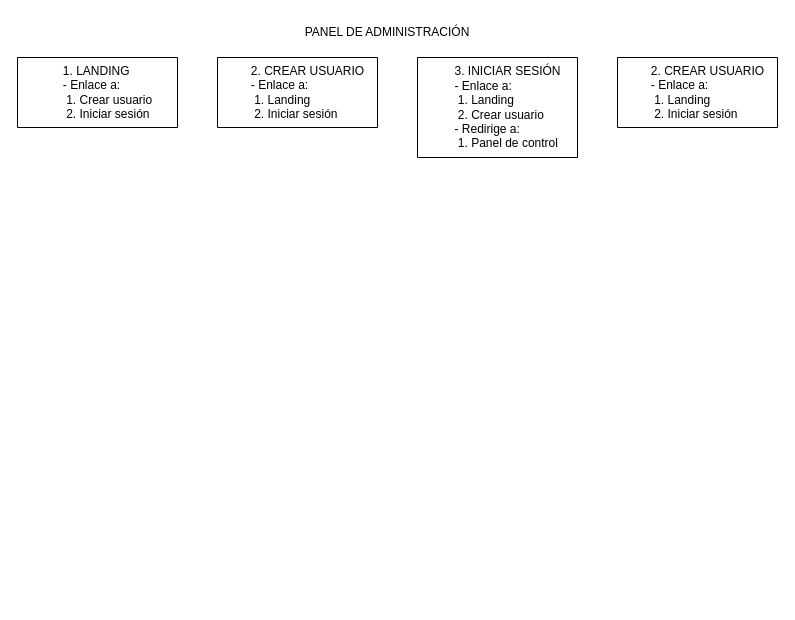
This is page "Panel Admin" (1 of 3) of public/Diagrama sin título.drawio from Violetea/tienda-online-reactjs, a draw.io file, before an edit. Source tidied: cells renumbered, new cells numbered last; positions are measured from the earlier drawing's top-left corner, leaving out a move shared by most shapes. Both pictures are drawn from the tidied source at 100%, with x=0, y=0 at pixel (17, 17).
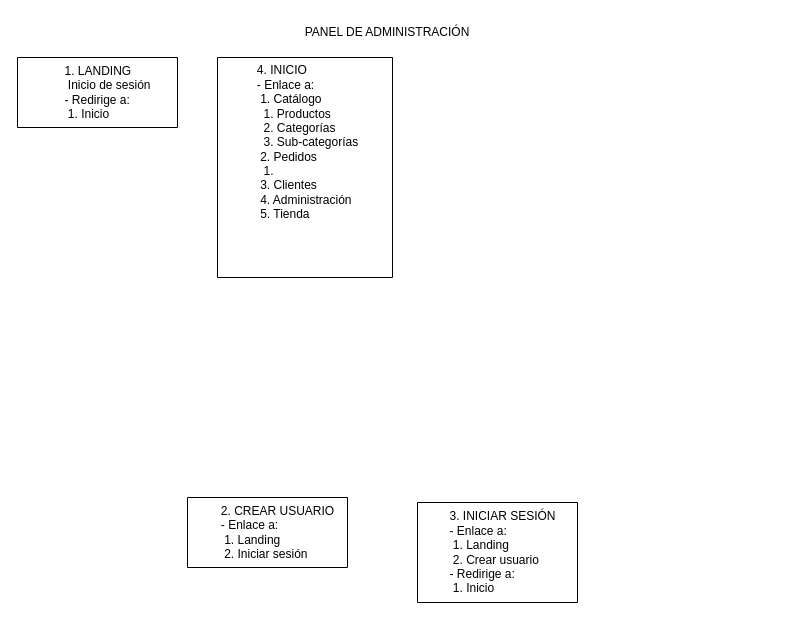
Above is the later version.

Diff of the diagram source:
```diff
@@
 <mxGraphModel>
   <root>
     <mxCell id="0" />
     <mxCell id="1" parent="0" />
     <mxCell id="2" style="swimlane;startSize=0;" parent="1" vertex="1">
       <mxGeometry y="40" width="160" height="70" as="geometry" />
     </mxCell>
-    <mxCell id="3" value="&lt;div style=&quot;text-align: left;&quot;&gt;&lt;span style=&quot;background-color: initial;&quot;&gt;1. LANDING&lt;/span&gt;&lt;/div&gt;&lt;div style=&quot;text-align: left;&quot;&gt;&lt;span style=&quot;background-color: initial;&quot;&gt;- Enlace a:&lt;/span&gt;&lt;/div&gt;&lt;span style=&quot;white-space: pre;&quot;&gt;&lt;div style=&quot;text-align: left;&quot;&gt;&lt;span style=&quot;background-color: initial; white-space: nowrap;&quot;&gt;&lt;span style=&quot;white-space: pre;&quot;&gt; &lt;/span&gt;1. Crear usuario&lt;/span&gt;&lt;/div&gt;&lt;/span&gt;&lt;span style=&quot;white-space: pre;&quot;&gt;&lt;div style=&quot;text-align: left;&quot;&gt;&lt;span style=&quot;background-color: initial;&quot;&gt; &lt;/span&gt;&lt;span style=&quot;background-color: initial; white-space: nowrap;&quot;&gt;2. Iniciar sesión&lt;/span&gt;&lt;/div&gt;&lt;/span&gt;" style="text;html=1;align=center;verticalAlign=middle;strokeColor=none;fillColor=none;" parent="2" vertex="1">
-      <mxGeometry x="20" width="140" height="70" as="geometry" />
+    <mxCell id="3" value="&lt;div style=&quot;text-align: left;&quot;&gt;&lt;span style=&quot;background-color: initial;&quot;&gt;1. LANDING&lt;/span&gt;&lt;/div&gt;&lt;div style=&quot;text-align: left;&quot;&gt;&lt;span style=&quot;background-color: initial;&quot;&gt;&lt;span style=&quot;white-space: pre;&quot;&gt; &lt;/span&gt;Inicio de sesión&lt;br&gt;&lt;/span&gt;&lt;/div&gt;&lt;div style=&quot;text-align: left;&quot;&gt;&lt;span style=&quot;background-color: initial;&quot;&gt;- Redirige a:&lt;/span&gt;&lt;/div&gt;&lt;span style=&quot;white-space: pre;&quot;&gt;&lt;div style=&quot;text-align: left;&quot;&gt;&lt;span style=&quot;background-color: initial; white-space: nowrap;&quot;&gt;&lt;span style=&quot;white-space: pre;&quot;&gt; &lt;/span&gt;1.&amp;nbsp;&lt;/span&gt;&lt;span style=&quot;background-color: initial; white-space: nowrap;&quot;&gt;Inicio&lt;/span&gt;&lt;/div&gt;&lt;/span&gt;" style="text;html=1;align=center;verticalAlign=middle;strokeColor=none;fillColor=none;" parent="2" vertex="1">
+      <mxGeometry x="25" width="130" height="70" as="geometry" />
     </mxCell>
     <mxCell id="4" value="PANEL DE ADMINISTRACIÓN" style="text;html=1;strokeColor=none;fillColor=none;align=center;verticalAlign=middle;whiteSpace=wrap;rounded=0;" parent="1" vertex="1">
       <mxGeometry x="260" width="220" height="30" as="geometry" />
     </mxCell>
     <mxCell id="5" style="swimlane;startSize=0;" parent="1" vertex="1">
-      <mxGeometry x="200" y="40" width="160" height="70" as="geometry" />
+      <mxGeometry x="170" y="480" width="160" height="70" as="geometry" />
     </mxCell>
     <mxCell id="6" value="&lt;div style=&quot;text-align: left;&quot;&gt;&lt;span style=&quot;background-color: initial;&quot;&gt;2. CREAR USUARIO&lt;/span&gt;&lt;/div&gt;&lt;div style=&quot;text-align: left;&quot;&gt;&lt;span style=&quot;background-color: initial;&quot;&gt;- Enlace a:&lt;/span&gt;&lt;/div&gt;&lt;span style=&quot;white-space: pre;&quot;&gt;&lt;div style=&quot;text-align: left;&quot;&gt;&lt;span style=&quot;background-color: initial; white-space: nowrap;&quot;&gt;&lt;span style=&quot;white-space: pre;&quot;&gt; &lt;/span&gt;1. Landing&lt;/span&gt;&lt;/div&gt;&lt;/span&gt;&lt;span style=&quot;white-space: pre;&quot;&gt;&lt;div style=&quot;text-align: left;&quot;&gt;&lt;span style=&quot;background-color: initial;&quot;&gt; &lt;/span&gt;&lt;span style=&quot;background-color: initial; white-space: nowrap;&quot;&gt;2. Iniciar sesión&lt;/span&gt;&lt;/div&gt;&lt;/span&gt;" style="text;html=1;align=center;verticalAlign=middle;strokeColor=none;fillColor=none;" parent="5" vertex="1">
       <mxGeometry x="20" width="140" height="70" as="geometry" />
     </mxCell>
     <mxCell id="7" style="swimlane;startSize=0;" parent="1" vertex="1">
-      <mxGeometry x="400" y="40" width="160" height="100" as="geometry" />
+      <mxGeometry x="400" y="485" width="160" height="100" as="geometry" />
     </mxCell>
-    <mxCell id="8" value="&lt;div style=&quot;text-align: left;&quot;&gt;&lt;span style=&quot;background-color: initial;&quot;&gt;3. INICIAR SESIÓN&lt;/span&gt;&lt;/div&gt;&lt;div style=&quot;text-align: left;&quot;&gt;&lt;span style=&quot;background-color: initial;&quot;&gt;- Enlace a:&lt;/span&gt;&lt;/div&gt;&lt;span style=&quot;white-space: pre;&quot;&gt;&lt;div style=&quot;text-align: left;&quot;&gt;&lt;span style=&quot;background-color: initial; white-space: nowrap;&quot;&gt;&lt;span style=&quot;white-space: pre;&quot;&gt; &lt;/span&gt;1. Landing&lt;/span&gt;&lt;/div&gt;&lt;/span&gt;&lt;span style=&quot;white-space: pre;&quot;&gt;&lt;div style=&quot;text-align: left;&quot;&gt;&lt;span style=&quot;background-color: initial;&quot;&gt; &lt;/span&gt;&lt;span style=&quot;background-color: initial; white-space: nowrap;&quot;&gt;2. Crear usuario&lt;/span&gt;&lt;/div&gt;&lt;div style=&quot;text-align: left;&quot;&gt;&lt;span style=&quot;background-color: initial; white-space: nowrap;&quot;&gt;- Redirige a:&lt;/span&gt;&lt;/div&gt;&lt;div style=&quot;text-align: left;&quot;&gt;&lt;span style=&quot;background-color: initial; white-space: nowrap;&quot;&gt;&lt;span style=&quot;white-space: pre;&quot;&gt; &lt;/span&gt;1. Panel de control&lt;br&gt;&lt;/span&gt;&lt;/div&gt;&lt;/span&gt;" style="text;html=1;align=center;verticalAlign=middle;strokeColor=none;fillColor=none;" parent="7" vertex="1">
-      <mxGeometry x="15" width="150" height="100" as="geometry" />
+    <mxCell id="8" value="&lt;div style=&quot;text-align: left;&quot;&gt;&lt;span style=&quot;background-color: initial;&quot;&gt;3. INICIAR SESIÓN&lt;/span&gt;&lt;/div&gt;&lt;div style=&quot;text-align: left;&quot;&gt;&lt;span style=&quot;background-color: initial;&quot;&gt;- Enlace a:&lt;/span&gt;&lt;/div&gt;&lt;span style=&quot;white-space: pre;&quot;&gt;&lt;div style=&quot;text-align: left;&quot;&gt;&lt;span style=&quot;background-color: initial; white-space: nowrap;&quot;&gt;&lt;span style=&quot;white-space: pre;&quot;&gt; &lt;/span&gt;1. Landing&lt;/span&gt;&lt;/div&gt;&lt;/span&gt;&lt;span style=&quot;white-space: pre;&quot;&gt;&lt;div style=&quot;text-align: left;&quot;&gt;&lt;span style=&quot;background-color: initial;&quot;&gt; &lt;/span&gt;&lt;span style=&quot;background-color: initial; white-space: nowrap;&quot;&gt;2. Crear usuario&lt;/span&gt;&lt;/div&gt;&lt;div style=&quot;text-align: left;&quot;&gt;&lt;span style=&quot;background-color: initial; white-space: nowrap;&quot;&gt;- Redirige a:&lt;/span&gt;&lt;/div&gt;&lt;div style=&quot;text-align: left;&quot;&gt;&lt;span style=&quot;background-color: initial; white-space: nowrap;&quot;&gt;&lt;span style=&quot;white-space: pre;&quot;&gt; &lt;/span&gt;1. Inicio&lt;br&gt;&lt;/span&gt;&lt;/div&gt;&lt;/span&gt;" style="text;html=1;align=center;verticalAlign=middle;strokeColor=none;fillColor=none;" parent="7" vertex="1">
+      <mxGeometry x="15" width="140" height="100" as="geometry" />
     </mxCell>
     <mxCell id="9" style="swimlane;startSize=0;" parent="1" vertex="1">
-      <mxGeometry x="600" y="40" width="160" height="70" as="geometry" />
+      <mxGeometry x="200" y="40" width="175" height="220" as="geometry" />
     </mxCell>
-    <mxCell id="10" value="&lt;div style=&quot;text-align: left;&quot;&gt;&lt;span style=&quot;background-color: initial;&quot;&gt;2. CREAR USUARIO&lt;/span&gt;&lt;/div&gt;&lt;div style=&quot;text-align: left;&quot;&gt;&lt;span style=&quot;background-color: initial;&quot;&gt;- Enlace a:&lt;/span&gt;&lt;/div&gt;&lt;span style=&quot;white-space: pre;&quot;&gt;&lt;div style=&quot;text-align: left;&quot;&gt;&lt;span style=&quot;background-color: initial; white-space: nowrap;&quot;&gt;&lt;span style=&quot;white-space: pre;&quot;&gt; &lt;/span&gt;1. Landing&lt;/span&gt;&lt;/div&gt;&lt;/span&gt;&lt;span style=&quot;white-space: pre;&quot;&gt;&lt;div style=&quot;text-align: left;&quot;&gt;&lt;span style=&quot;background-color: initial;&quot;&gt; &lt;/span&gt;&lt;span style=&quot;background-color: initial; white-space: nowrap;&quot;&gt;2. Iniciar sesión&lt;/span&gt;&lt;/div&gt;&lt;/span&gt;" style="text;html=1;align=center;verticalAlign=middle;strokeColor=none;fillColor=none;" parent="9" vertex="1">
-      <mxGeometry x="20" width="140" height="70" as="geometry" />
+    <mxCell id="10" value="&lt;div style=&quot;text-align: left;&quot;&gt;&lt;span style=&quot;background-color: initial;&quot;&gt;4. INICIO&lt;/span&gt;&lt;/div&gt;&lt;div style=&quot;text-align: left;&quot;&gt;&lt;span style=&quot;background-color: initial;&quot;&gt;- Enlace a:&lt;/span&gt;&lt;/div&gt;&lt;span style=&quot;white-space: pre;&quot;&gt;&lt;div style=&quot;text-align: left;&quot;&gt;&lt;span style=&quot;background-color: initial; white-space: nowrap;&quot;&gt;&lt;span style=&quot;white-space: pre;&quot;&gt; &lt;/span&gt;1. Catálogo&lt;/span&gt;&lt;/div&gt;&lt;div style=&quot;text-align: left;&quot;&gt;&lt;span style=&quot;background-color: initial; white-space: nowrap;&quot;&gt;&lt;span style=&quot;white-space: pre;&quot;&gt; &lt;/span&gt;&lt;span style=&quot;white-space: pre;&quot;&gt; &lt;/span&gt;1. Productos&lt;br&gt;&lt;/span&gt;&lt;/div&gt;&lt;div style=&quot;text-align: left;&quot;&gt;&lt;span style=&quot;background-color: initial; white-space: nowrap;&quot;&gt;&lt;span style=&quot;white-space: pre;&quot;&gt; &lt;/span&gt;&lt;span style=&quot;white-space: pre;&quot;&gt; &lt;/span&gt;2. Categorías&lt;br&gt;&lt;/span&gt;&lt;/div&gt;&lt;div style=&quot;text-align: left;&quot;&gt;&lt;span style=&quot;background-color: initial; white-space: nowrap;&quot;&gt;&lt;span style=&quot;white-space: pre;&quot;&gt; &lt;/span&gt;&lt;span style=&quot;white-space: pre;&quot;&gt; &lt;/span&gt;3. Sub-categorías&lt;br&gt;&lt;/span&gt;&lt;/div&gt;&lt;/span&gt;&lt;span style=&quot;white-space: pre;&quot;&gt;&lt;div style=&quot;text-align: left;&quot;&gt;&lt;span style=&quot;background-color: initial;&quot;&gt; &lt;/span&gt;&lt;span style=&quot;background-color: initial; white-space: nowrap;&quot;&gt;2. Pedidos&lt;/span&gt;&lt;/div&gt;&lt;div style=&quot;text-align: left;&quot;&gt;&lt;span style=&quot;background-color: initial; white-space: nowrap;&quot;&gt;&lt;span style=&quot;white-space: pre;&quot;&gt; &lt;/span&gt;&lt;span style=&quot;white-space: pre;&quot;&gt; &lt;/span&gt;1.&amp;nbsp;&lt;br&gt;&lt;/span&gt;&lt;/div&gt;&lt;div style=&quot;text-align: left;&quot;&gt;&lt;span style=&quot;background-color: initial; white-space: nowrap;&quot;&gt;&lt;span style=&quot;white-space: pre;&quot;&gt; &lt;/span&gt;3. Clientes&lt;br&gt;&lt;/span&gt;&lt;/div&gt;&lt;div style=&quot;text-align: left;&quot;&gt;&lt;span style=&quot;background-color: initial; white-space: nowrap;&quot;&gt;&lt;span style=&quot;white-space: pre;&quot;&gt; &lt;/span&gt;4. Administración&lt;br&gt;&lt;/span&gt;&lt;/div&gt;&lt;div style=&quot;text-align: left;&quot;&gt;&lt;span style=&quot;background-color: initial; white-space: nowrap;&quot;&gt;&lt;span style=&quot;white-space: pre;&quot;&gt; &lt;/span&gt;5. Tienda&lt;br&gt;&lt;/span&gt;&lt;/div&gt;&lt;/span&gt;" style="text;html=1;align=center;verticalAlign=middle;strokeColor=none;fillColor=none;" parent="9" vertex="1">
+      <mxGeometry x="5" width="170" height="170" as="geometry" />
     </mxCell>
   </root>
 </mxGraphModel>
```
